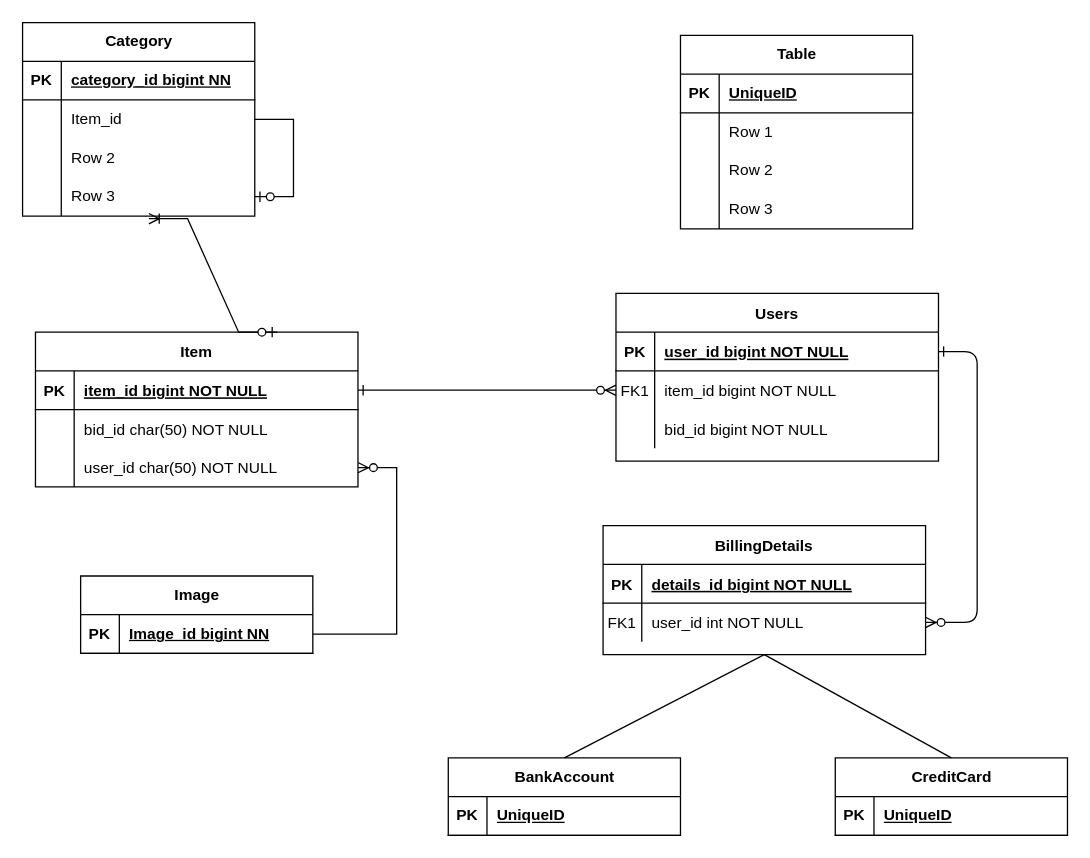
Above: JavaAuctionDatabase.drawio in C04t0/JavaAuction (draw.io), before the change. Source tidied: cells renumbered, new cells numbered last; positions are measured from the earlier drawing's top-left corner, leaving out a move shared by most shapes. Both pictures are drawn from the tidied source at 129%, with x=0, y=0 at pixel (22, 22).
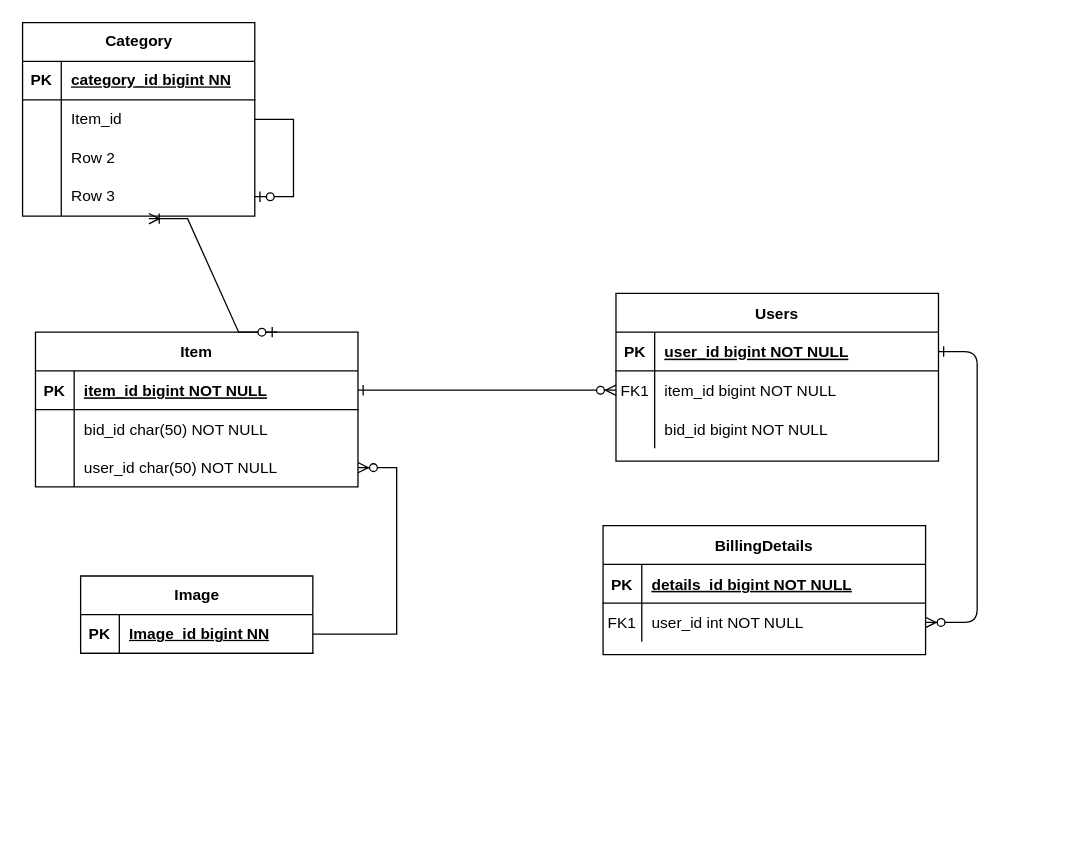
The same page after the edit.

Unchanged cells that the change refers to:
```xml
<mxCell id="14" value="BillingDetails" style="shape=table;startSize=30;childLayout=tableLayout;rowLines=0;fontStyle=1;align=center;" parent="1" vertex="1">
  <mxGeometry x="450" y="390" width="250" height="100" as="geometry" />
</mxCell>
```

What changed in the source:
```diff
@@
-    <mxCell id="51" value="BankAccount" style="shape=table;startSize=30;childLayout=tableLayout;rowLines=0;fontStyle=1;align=center;html=1;" parent="1" vertex="1">
-      <mxGeometry x="330" y="570" width="180" height="60" as="geometry" />
-    </mxCell>
-    <mxCell id="52" style="shape=tableRow;horizontal=0;startSize=0;swimlaneHead=0;swimlaneBody=0;fillColor=none;top=0;left=0;right=0;bottom=1;" parent="51" vertex="1">
-      <mxGeometry y="30" width="180" height="30" as="geometry" />
-    </mxCell>
-    <mxCell id="53" value="PK" style="shape=partialRectangle;fillColor=none;top=0;left=0;bottom=0;right=0;fontStyle=1;overflow=hidden;whiteSpace=wrap;html=1;" parent="52" vertex="1">
-      <mxGeometry width="30" height="30" as="geometry" />
-    </mxCell>
-    <mxCell id="54" value="UniqueID" style="shape=partialRectangle;fillColor=none;top=0;left=0;bottom=0;right=0;align=left;spacingLeft=6;fontStyle=5;overflow=hidden;whiteSpace=wrap;html=1;" parent="52" vertex="1">
-      <mxGeometry x="30" width="150" height="30" as="geometry" />
-    </mxCell>
-    <mxCell id="55" value="CreditCard" style="shape=table;startSize=30;childLayout=tableLayout;rowLines=0;fontStyle=1;align=center;html=1;" parent="1" vertex="1">
-      <mxGeometry x="630" y="570" width="180" height="60" as="geometry" />
-    </mxCell>
-    <mxCell id="56" style="shape=tableRow;horizontal=0;startSize=0;swimlaneHead=0;swimlaneBody=0;fillColor=none;top=0;left=0;right=0;bottom=1;" parent="55" vertex="1">
-      <mxGeometry y="30" width="180" height="30" as="geometry" />
-    </mxCell>
-    <mxCell id="57" value="PK" style="shape=partialRectangle;fillColor=none;top=0;left=0;bottom=0;right=0;fontStyle=1;overflow=hidden;whiteSpace=wrap;html=1;" parent="56" vertex="1">
-      <mxGeometry width="30" height="30" as="geometry" />
-    </mxCell>
-    <mxCell id="58" value="UniqueID" style="shape=partialRectangle;fillColor=none;top=0;left=0;bottom=0;right=0;align=left;spacingLeft=6;fontStyle=5;overflow=hidden;whiteSpace=wrap;html=1;" parent="56" vertex="1">
-      <mxGeometry x="30" width="150" height="30" as="geometry" />
-    </mxCell>
-    <mxCell id="59" style="endArrow=none;html=1;rounded=0;exitX=0.5;exitY=0;exitDx=0;exitDy=0;entryX=0.5;entryY=1;entryDx=0;entryDy=0;" parent="1" edge="1" source="51" target="14">
-      <mxGeometry relative="1" as="geometry" />
-    </mxCell>
-    <mxCell id="60" style="endArrow=none;html=1;rounded=0;exitX=0.5;exitY=1;exitDx=0;exitDy=0;entryX=0.5;entryY=0;entryDx=0;entryDy=0;" parent="1" edge="1" source="14" target="55">
-      <mxGeometry relative="1" as="geometry" />
-    </mxCell>
-    <mxCell id="61" value="Table" style="shape=table;startSize=30;childLayout=tableLayout;rowLines=0;fontStyle=1;align=center;html=1;" parent="1" vertex="1">
-      <mxGeometry x="510" y="10" width="180" height="150" as="geometry" />
-    </mxCell>
-    <mxCell id="62" style="shape=tableRow;horizontal=0;startSize=0;swimlaneHead=0;swimlaneBody=0;fillColor=none;top=0;left=0;right=0;bottom=1;" parent="61" vertex="1">
-      <mxGeometry y="30" width="180" height="30" as="geometry" />
-    </mxCell>
-    <mxCell id="63" value="PK" style="shape=partialRectangle;fillColor=none;top=0;left=0;bottom=0;right=0;fontStyle=1;overflow=hidden;whiteSpace=wrap;html=1;" parent="62" vertex="1">
-      <mxGeometry width="30" height="30" as="geometry" />
-    </mxCell>
-    <mxCell id="64" value="UniqueID" style="shape=partialRectangle;fillColor=none;top=0;left=0;bottom=0;right=0;align=left;spacingLeft=6;fontStyle=5;overflow=hidden;whiteSpace=wrap;html=1;" parent="62" vertex="1">
-      <mxGeometry x="30" width="150" height="30" as="geometry" />
-    </mxCell>
-    <mxCell id="65" style="shape=tableRow;horizontal=0;startSize=0;swimlaneHead=0;swimlaneBody=0;fillColor=none;top=0;left=0;right=0;bottom=0;" parent="61" vertex="1">
-      <mxGeometry y="60" width="180" height="30" as="geometry" />
-    </mxCell>
-    <mxCell id="66" style="shape=partialRectangle;fillColor=none;top=0;left=0;bottom=0;right=0;overflow=hidden;whiteSpace=wrap;html=1;" parent="65" vertex="1">
-      <mxGeometry width="30" height="30" as="geometry" />
-    </mxCell>
-    <mxCell id="67" value="Row 1" style="shape=partialRectangle;fillColor=none;top=0;left=0;bottom=0;right=0;align=left;spacingLeft=6;overflow=hidden;whiteSpace=wrap;html=1;" parent="65" vertex="1">
-      <mxGeometry x="30" width="150" height="30" as="geometry" />
-    </mxCell>
-    <mxCell id="68" style="shape=tableRow;horizontal=0;startSize=0;swimlaneHead=0;swimlaneBody=0;fillColor=none;top=0;left=0;right=0;bottom=0;" parent="61" vertex="1">
-      <mxGeometry y="90" width="180" height="30" as="geometry" />
-    </mxCell>
-    <mxCell id="69" style="shape=partialRectangle;fillColor=none;top=0;left=0;bottom=0;right=0;overflow=hidden;whiteSpace=wrap;html=1;" parent="68" vertex="1">
-      <mxGeometry width="30" height="30" as="geometry" />
-    </mxCell>
-    <mxCell id="70" value="Row 2" style="shape=partialRectangle;fillColor=none;top=0;left=0;bottom=0;right=0;align=left;spacingLeft=6;overflow=hidden;whiteSpace=wrap;html=1;" parent="68" vertex="1">
-      <mxGeometry x="30" width="150" height="30" as="geometry" />
-    </mxCell>
-    <mxCell id="71" style="shape=tableRow;horizontal=0;startSize=0;swimlaneHead=0;swimlaneBody=0;fillColor=none;top=0;left=0;right=0;bottom=0;" parent="61" vertex="1">
-      <mxGeometry y="120" width="180" height="30" as="geometry" />
-    </mxCell>
-    <mxCell id="72" style="shape=partialRectangle;fillColor=none;top=0;left=0;bottom=0;right=0;overflow=hidden;whiteSpace=wrap;html=1;" parent="71" vertex="1">
-      <mxGeometry width="30" height="30" as="geometry" />
-    </mxCell>
-    <mxCell id="73" value="Row 3" style="shape=partialRectangle;fillColor=none;top=0;left=0;bottom=0;right=0;align=left;spacingLeft=6;overflow=hidden;whiteSpace=wrap;html=1;" parent="71" vertex="1">
-      <mxGeometry x="30" width="150" height="30" as="geometry" />
-    </mxCell>
```
